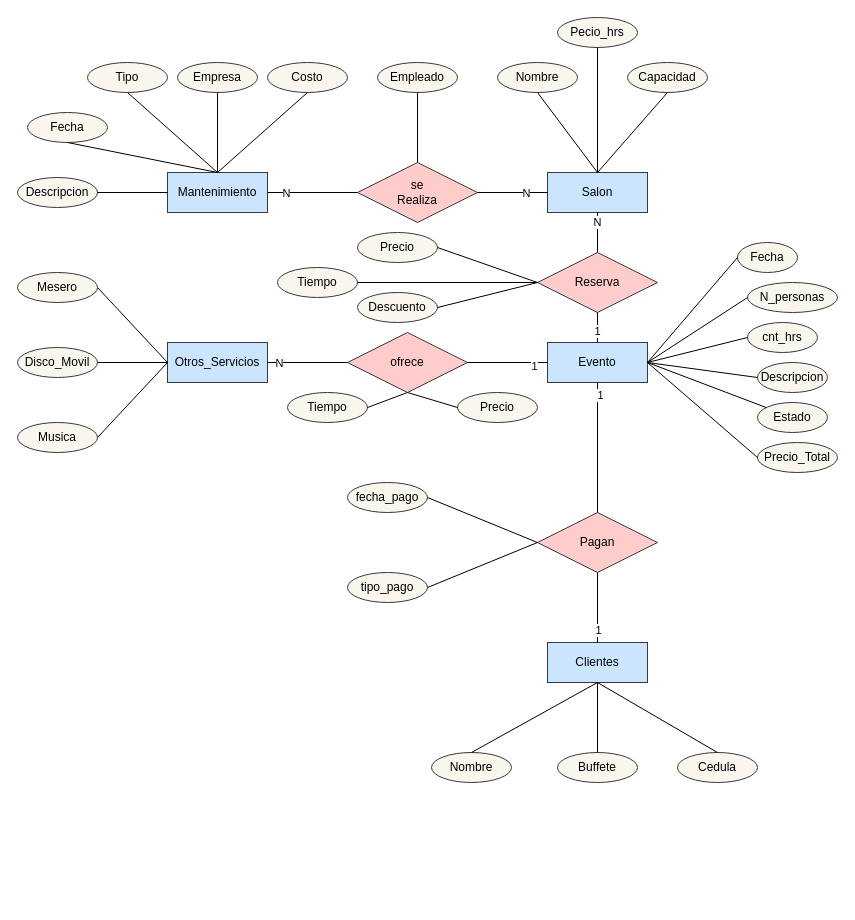
This is page "Página-3" (3 of 3) of Tarea2.drawio from sologia/draw.io, a draw.io file, before an edit. Source tidied: cells renumbered, new cells numbered last; positions are measured from the earlier drawing's top-left corner, leaving out a move shared by most shapes. Both pictures are drawn from the tidied source at 100%, with x=0, y=0 at pixel (17, 17).
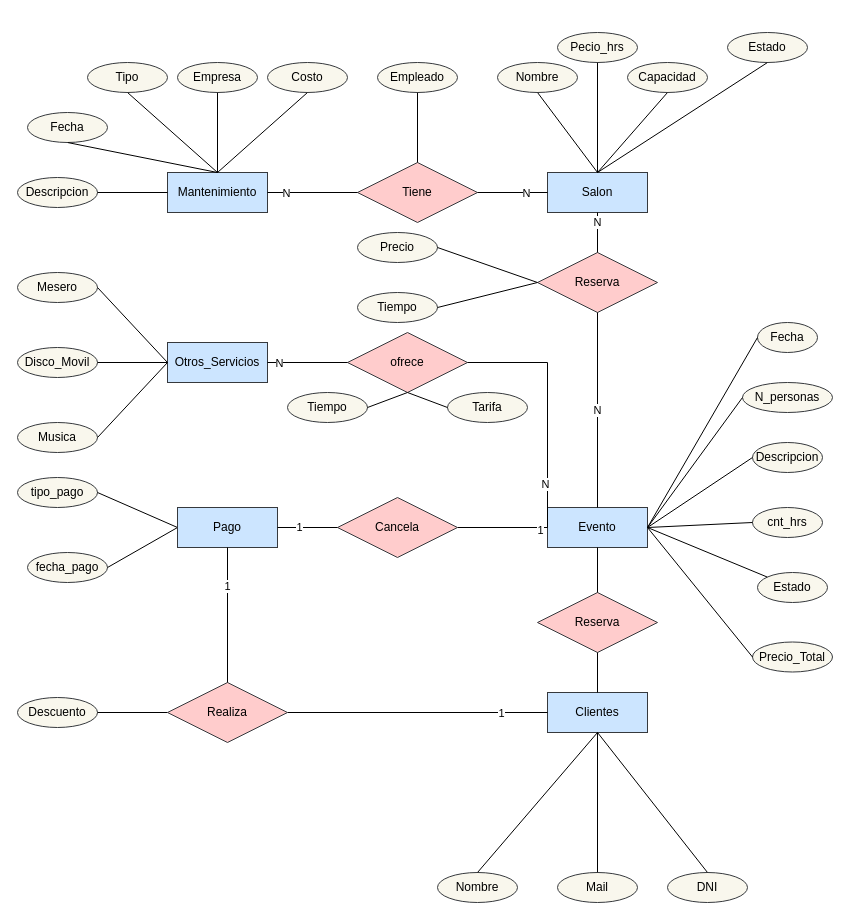
After the change.

Unchanged cells that the change refers to:
```xml
<mxCell id="5" value="Salon" style="whiteSpace=wrap;html=1;align=center;fillColor=#cce5ff;strokeColor=#36393d;" parent="1" vertex="1">
  <mxGeometry x="530" y="155" width="100" height="40" as="geometry" />
</mxCell>
<mxCell id="8" value="Reserva" style="shape=rhombus;perimeter=rhombusPerimeter;whiteSpace=wrap;html=1;align=center;fillColor=#ffcccc;strokeColor=#36393d;" parent="1" vertex="1">
  <mxGeometry x="520" y="235" width="120" height="60" as="geometry" />
</mxCell>
<mxCell id="10" value="ofrece" style="shape=rhombus;perimeter=rhombusPerimeter;whiteSpace=wrap;html=1;align=center;fillColor=#ffcccc;strokeColor=#36393d;" parent="1" vertex="1">
  <mxGeometry x="330" y="315" width="120" height="60" as="geometry" />
</mxCell>
```

Change to the diagram source:
```diff
@@
     <mxCell id="3" value="Clientes" style="whiteSpace=wrap;html=1;align=center;fillColor=#cce5ff;strokeColor=#36393d;" parent="1" vertex="1">
-      <mxGeometry x="530" y="625" width="100" height="40" as="geometry" />
+      <mxGeometry x="530" y="675" width="100" height="40" as="geometry" />
     </mxCell>
@@
     <mxCell id="6" value="&lt;div&gt;Evento&lt;/div&gt;" style="whiteSpace=wrap;html=1;align=center;fillColor=#cce5ff;strokeColor=#36393d;" parent="1" vertex="1">
-      <mxGeometry x="530" y="325" width="100" height="40" as="geometry" />
+      <mxGeometry x="530" y="490" width="100" height="40" as="geometry" />
     </mxCell>
-    <mxCell id="7" value="se&lt;div&gt;Realiza&lt;/div&gt;" style="shape=rhombus;perimeter=rhombusPerimeter;whiteSpace=wrap;html=1;align=center;fillColor=#ffcccc;strokeColor=#36393d;" parent="1" vertex="1">
+    <mxCell id="7" value="Tiene" style="shape=rhombus;perimeter=rhombusPerimeter;whiteSpace=wrap;html=1;align=center;fillColor=#ffcccc;strokeColor=#36393d;" parent="1" vertex="1">
       <mxGeometry x="340" y="145" width="120" height="60" as="geometry" />
     </mxCell>
@@
-    <mxCell id="9" value="Pagan" style="shape=rhombus;perimeter=rhombusPerimeter;whiteSpace=wrap;html=1;align=center;fillColor=#ffcccc;strokeColor=#36393d;" parent="1" vertex="1">
-      <mxGeometry x="520" y="495" width="120" height="60" as="geometry" />
-    </mxCell>
@@
-    <mxCell id="19" style="endArrow=none;html=1;rounded=0;exitX=0.5;exitY=1;exitDx=0;exitDy=0;entryX=0.5;entryY=0;entryDx=0;entryDy=0;" parent="1" edge="1" source="8" target="6">
+    <mxCell id="19" value="N" style="endArrow=none;html=1;rounded=0;exitX=0.5;exitY=1;exitDx=0;exitDy=0;entryX=0.5;entryY=0;entryDx=0;entryDy=0;" parent="1" edge="1" source="8" target="6">
       <mxGeometry relative="1" as="geometry" />
     </mxCell>
-    <mxCell id="20" value="1" style="edgeLabel;html=1;align=center;verticalAlign=middle;" parent="19" vertex="1">
-      <mxGeometry x="0.18" y="-1" relative="1" as="geometry" />
-    </mxCell>
-    <mxCell id="21" style="endArrow=none;html=1;rounded=0;exitX=0.5;exitY=1;exitDx=0;exitDy=0;entryX=0.5;entryY=0;entryDx=0;entryDy=0;" parent="1" edge="1" source="9" target="3">
+    <mxCell id="21" style="endArrow=none;html=1;rounded=0;entryX=0;entryY=0.5;entryDx=0;entryDy=0;exitX=1;exitY=0.5;exitDx=0;exitDy=0;" parent="1" edge="1" source="86" target="3">
       <mxGeometry relative="1" as="geometry" />
     </mxCell>
@@
-    <mxCell id="23" style="endArrow=none;html=1;rounded=0;exitX=0.5;exitY=0;exitDx=0;exitDy=0;entryX=0.5;entryY=1;entryDx=0;entryDy=0;" parent="1" edge="1" source="9" target="6">
+    <mxCell id="23" style="endArrow=none;html=1;rounded=0;entryX=0;entryY=0.5;entryDx=0;entryDy=0;" parent="1" edge="1" source="89" target="6">
       <mxGeometry relative="1" as="geometry" />
     </mxCell>
@@
-    <mxCell id="25" style="endArrow=none;html=1;rounded=0;exitX=1;exitY=0.5;exitDx=0;exitDy=0;entryX=0;entryY=0.5;entryDx=0;entryDy=0;" parent="1" edge="1" source="10" target="6">
-      <mxGeometry relative="1" as="geometry" />
+    <mxCell id="25" style="endArrow=none;html=1;rounded=0;exitX=1;exitY=0.5;exitDx=0;exitDy=0;entryX=0;entryY=0.5;entryDx=0;entryDy=0;edgeStyle=orthogonalEdgeStyle;" parent="1" edge="1" source="10" target="6">
+      <mxGeometry relative="1" as="geometry">
+        <Array as="points">
+          <mxPoint x="530" y="345" />
+        </Array>
+      </mxGeometry>
     </mxCell>
-    <mxCell id="26" value="1" style="edgeLabel;html=1;align=center;verticalAlign=middle;" parent="25" vertex="1">
+    <mxCell id="26" value="N" style="edgeLabel;html=1;align=center;verticalAlign=middle;" parent="25" vertex="1">
       <mxGeometry x="0.64" y="-3" relative="1" as="geometry" />
     </mxCell>
     <mxCell id="27" value="N_personas" style="ellipse;whiteSpace=wrap;html=1;align=center;fillColor=#f9f7ed;strokeColor=#36393d;" parent="1" vertex="1">
-      <mxGeometry x="730" y="265" width="90" height="30" as="geometry" />
+      <mxGeometry x="725" y="365" width="90" height="30" as="geometry" />
     </mxCell>
@@
     <mxCell id="29" value="cnt_hrs" style="ellipse;whiteSpace=wrap;html=1;align=center;fillColor=#f9f7ed;strokeColor=#36393d;" parent="1" vertex="1">
-      <mxGeometry x="730" y="305" width="70" height="30" as="geometry" />
+      <mxGeometry x="735" y="490" width="70" height="30" as="geometry" />
     </mxCell>
@@
     <mxCell id="31" value="Fecha" style="ellipse;whiteSpace=wrap;html=1;align=center;fillColor=#f9f7ed;strokeColor=#36393d;" parent="1" vertex="1">
-      <mxGeometry x="720" y="225" width="60" height="30" as="geometry" />
+      <mxGeometry x="740" y="305" width="60" height="30" as="geometry" />
     </mxCell>
-    <mxCell id="32" style="endArrow=none;html=1;rounded=0;entryX=0;entryY=0.5;entryDx=0;entryDy=0;" parent="1" edge="1" target="31">
-      <mxGeometry relative="1" as="geometry">
-        <mxPoint x="630" y="345" as="sourcePoint" />
-      </mxGeometry>
+    <mxCell id="32" style="endArrow=none;html=1;rounded=0;entryX=0;entryY=0.5;entryDx=0;entryDy=0;exitX=1;exitY=0.5;exitDx=0;exitDy=0;" parent="1" edge="1" source="6" target="31">
+      <mxGeometry relative="1" as="geometry" />
     </mxCell>
     <mxCell id="33" value="Descripcion" style="ellipse;whiteSpace=wrap;html=1;align=center;fillColor=#f9f7ed;strokeColor=#36393d;" parent="1" vertex="1">
-      <mxGeometry x="740" y="345" width="70" height="30" as="geometry" />
+      <mxGeometry x="735" y="425" width="70" height="30" as="geometry" />
     </mxCell>
-    <mxCell id="34" style="endArrow=none;html=1;rounded=0;entryX=0;entryY=0.5;entryDx=0;entryDy=0;" parent="1" edge="1" target="33">
-      <mxGeometry relative="1" as="geometry">
-        <mxPoint x="630" y="345" as="sourcePoint" />
-      </mxGeometry>
+    <mxCell id="34" style="endArrow=none;html=1;rounded=0;entryX=0;entryY=0.5;entryDx=0;entryDy=0;exitX=1;exitY=0.5;exitDx=0;exitDy=0;" parent="1" edge="1" source="6" target="33">
+      <mxGeometry relative="1" as="geometry" />
     </mxCell>
     <mxCell id="35" value="Estado" style="ellipse;whiteSpace=wrap;html=1;align=center;fillColor=#f9f7ed;strokeColor=#36393d;" parent="1" vertex="1">
-      <mxGeometry x="740" y="385" width="70" height="30" as="geometry" />
+      <mxGeometry x="740" y="555" width="70" height="30" as="geometry" />
     </mxCell>
@@
     <mxCell id="37" value="Precio_Total" style="ellipse;whiteSpace=wrap;html=1;align=center;fillColor=#f9f7ed;strokeColor=#36393d;" parent="1" vertex="1">
-      <mxGeometry x="740" y="425" width="80" height="30" as="geometry" />
+      <mxGeometry x="735" y="624.5" width="80" height="30" as="geometry" />
     </mxCell>
@@
     <mxCell id="43" value="Pecio_hrs" style="ellipse;whiteSpace=wrap;html=1;align=center;fillColor=#f9f7ed;strokeColor=#36393d;" parent="1" vertex="1">
-      <mxGeometry x="540" width="80" height="30" as="geometry" />
+      <mxGeometry x="540" y="15" width="80" height="30" as="geometry" />
     </mxCell>
@@
     <mxCell id="47" value="Descuento" style="ellipse;whiteSpace=wrap;html=1;align=center;fillColor=#f9f7ed;strokeColor=#36393d;" parent="1" vertex="1">
-      <mxGeometry x="340" y="275" width="80" height="30" as="geometry" />
+      <mxGeometry y="680" width="80" height="30" as="geometry" />
     </mxCell>
-    <mxCell id="48" style="endArrow=none;html=1;rounded=0;exitX=1;exitY=0.5;exitDx=0;exitDy=0;entryX=0;entryY=0.5;entryDx=0;entryDy=0;" parent="1" edge="1" source="47" target="8">
+    <mxCell id="48" style="endArrow=none;html=1;rounded=0;exitX=1;exitY=0.5;exitDx=0;exitDy=0;entryX=0;entryY=0.5;entryDx=0;entryDy=0;" parent="1" edge="1" source="47" target="86">
       <mxGeometry relative="1" as="geometry" />
     </mxCell>
     <mxCell id="49" value="Tiempo" style="ellipse;whiteSpace=wrap;html=1;align=center;fillColor=#f9f7ed;strokeColor=#36393d;" parent="1" vertex="1">
-      <mxGeometry x="260" y="250" width="80" height="30" as="geometry" />
+      <mxGeometry x="340" y="275" width="80" height="30" as="geometry" />
     </mxCell>
@@
-    <mxCell id="63" value="Precio" style="ellipse;whiteSpace=wrap;html=1;align=center;fillColor=#f9f7ed;strokeColor=#36393d;" parent="1" vertex="1">
-      <mxGeometry x="440" y="375" width="80" height="30" as="geometry" />
+    <mxCell id="63" value="Tarifa" style="ellipse;whiteSpace=wrap;html=1;align=center;fillColor=#f9f7ed;strokeColor=#36393d;" parent="1" vertex="1">
+      <mxGeometry x="430" y="375" width="80" height="30" as="geometry" />
     </mxCell>
@@
     <mxCell id="73" value="Nombre" style="ellipse;whiteSpace=wrap;html=1;align=center;fillColor=#f9f7ed;strokeColor=#36393d;" parent="1" vertex="1">
-      <mxGeometry x="414" y="735" width="80" height="30" as="geometry" />
+      <mxGeometry x="420" y="855" width="80" height="30" as="geometry" />
     </mxCell>
-    <mxCell id="74" style="endArrow=none;html=1;rounded=0;exitX=0.5;exitY=0;exitDx=0;exitDy=0;" parent="1" edge="1" source="73">
-      <mxGeometry relative="1" as="geometry">
-        <mxPoint x="580" y="665" as="targetPoint" />
-      </mxGeometry>
+    <mxCell id="74" style="endArrow=none;html=1;rounded=0;exitX=0.5;exitY=0;exitDx=0;exitDy=0;entryX=0.5;entryY=1;entryDx=0;entryDy=0;" parent="1" edge="1" source="73" target="3">
+      <mxGeometry relative="1" as="geometry" />
     </mxCell>
-    <mxCell id="75" value="Cedula" style="ellipse;whiteSpace=wrap;html=1;align=center;fillColor=#f9f7ed;strokeColor=#36393d;" parent="1" vertex="1">
-      <mxGeometry x="660" y="735" width="80" height="30" as="geometry" />
+    <mxCell id="75" value="DNI" style="ellipse;whiteSpace=wrap;html=1;align=center;fillColor=#f9f7ed;strokeColor=#36393d;" parent="1" vertex="1">
+      <mxGeometry x="650" y="855" width="80" height="30" as="geometry" />
     </mxCell>
-    <mxCell id="76" style="endArrow=none;html=1;rounded=0;exitX=0.5;exitY=0;exitDx=0;exitDy=0;" parent="1" edge="1" source="75">
-      <mxGeometry relative="1" as="geometry">
-        <mxPoint x="580" y="665" as="targetPoint" />
-      </mxGeometry>
+    <mxCell id="76" style="endArrow=none;html=1;rounded=0;exitX=0.5;exitY=0;exitDx=0;exitDy=0;entryX=0.5;entryY=1;entryDx=0;entryDy=0;" parent="1" edge="1" source="75" target="3">
+      <mxGeometry relative="1" as="geometry" />
     </mxCell>
-    <mxCell id="77" value="Buffete" style="ellipse;whiteSpace=wrap;html=1;align=center;fillColor=#f9f7ed;strokeColor=#36393d;" parent="1" vertex="1">
-      <mxGeometry x="540" y="735" width="80" height="30" as="geometry" />
+    <mxCell id="77" value="Mail" style="ellipse;whiteSpace=wrap;html=1;align=center;fillColor=#f9f7ed;strokeColor=#36393d;" parent="1" vertex="1">
+      <mxGeometry x="540" y="855" width="80" height="30" as="geometry" />
     </mxCell>
@@
     <mxCell id="79" value="fecha_pago" style="ellipse;whiteSpace=wrap;html=1;align=center;fillColor=#f9f7ed;strokeColor=#36393d;" parent="1" vertex="1">
-      <mxGeometry x="330" y="465" width="80" height="30" as="geometry" />
+      <mxGeometry x="10" y="535" width="80" height="30" as="geometry" />
     </mxCell>
-    <mxCell id="80" style="endArrow=none;html=1;rounded=0;exitX=1;exitY=0.5;exitDx=0;exitDy=0;entryX=0;entryY=0.5;entryDx=0;entryDy=0;" parent="1" edge="1" source="79" target="9">
+    <mxCell id="80" style="endArrow=none;html=1;rounded=0;exitX=1;exitY=0.5;exitDx=0;exitDy=0;entryX=0;entryY=0.5;entryDx=0;entryDy=0;" parent="1" edge="1" source="79" target="85">
       <mxGeometry relative="1" as="geometry" />
     </mxCell>
     <mxCell id="81" value="tipo_pago" style="ellipse;whiteSpace=wrap;html=1;align=center;fillColor=#f9f7ed;strokeColor=#36393d;" parent="1" vertex="1">
-      <mxGeometry x="330" y="555" width="80" height="30" as="geometry" />
+      <mxGeometry y="460" width="80" height="30" as="geometry" />
     </mxCell>
-    <mxCell id="82" style="endArrow=none;html=1;rounded=0;exitX=1;exitY=0.5;exitDx=0;exitDy=0;entryX=0;entryY=0.5;entryDx=0;entryDy=0;" parent="1" edge="1" source="81" target="9">
+    <mxCell id="82" style="endArrow=none;html=1;rounded=0;exitX=1;exitY=0.5;exitDx=0;exitDy=0;entryX=0;entryY=0.5;entryDx=0;entryDy=0;" parent="1" edge="1" source="81" target="85">
       <mxGeometry relative="1" as="geometry" />
     </mxCell>
+    <mxCell id="83" value="Estado" style="ellipse;whiteSpace=wrap;html=1;align=center;fillColor=#f9f7ed;strokeColor=#36393d;" parent="1" vertex="1">
+      <mxGeometry x="710" y="15" width="80" height="30" as="geometry" />
+    </mxCell>
+    <mxCell id="84" style="endArrow=none;html=1;rounded=0;exitX=0.5;exitY=1;exitDx=0;exitDy=0;entryX=0.5;entryY=0;entryDx=0;entryDy=0;" parent="1" edge="1" source="83" target="5">
+      <mxGeometry relative="1" as="geometry" />
+    </mxCell>
+    <mxCell id="85" value="Pago" style="whiteSpace=wrap;html=1;align=center;fillColor=#cce5ff;strokeColor=#36393d;" parent="1" vertex="1">
+      <mxGeometry x="160" y="490" width="100" height="40" as="geometry" />
+    </mxCell>
+    <mxCell id="86" value="Realiza" style="shape=rhombus;perimeter=rhombusPerimeter;whiteSpace=wrap;html=1;align=center;fillColor=#ffcccc;strokeColor=#36393d;" parent="1" vertex="1">
+      <mxGeometry x="150" y="665" width="120" height="60" as="geometry" />
+    </mxCell>
+    <mxCell id="87" style="endArrow=none;html=1;rounded=0;exitX=0.5;exitY=1;exitDx=0;exitDy=0;entryX=0.5;entryY=0;entryDx=0;entryDy=0;" parent="1" edge="1" source="85" target="86">
+      <mxGeometry relative="1" as="geometry" />
+    </mxCell>
+    <mxCell id="88" value="1" style="edgeLabel;html=1;align=center;verticalAlign=middle;" parent="87" vertex="1">
+      <mxGeometry x="-0.43" y="-1" relative="1" as="geometry" />
+    </mxCell>
+    <mxCell id="89" value="Cancela" style="shape=rhombus;perimeter=rhombusPerimeter;whiteSpace=wrap;html=1;align=center;fillColor=#ffcccc;strokeColor=#36393d;" parent="1" vertex="1">
+      <mxGeometry x="320" y="480" width="120" height="60" as="geometry" />
+    </mxCell>
+    <mxCell id="90" style="endArrow=none;html=1;rounded=0;entryX=1;entryY=0.5;entryDx=0;entryDy=0;" parent="1" edge="1" source="89" target="85">
+      <mxGeometry relative="1" as="geometry" />
+    </mxCell>
+    <mxCell id="91" value="1" style="edgeLabel;html=1;align=center;verticalAlign=middle;" parent="90" vertex="1">
+      <mxGeometry x="0.31" y="-1" relative="1" as="geometry" />
+    </mxCell>
+    <mxCell id="92" value="Reserva" style="shape=rhombus;perimeter=rhombusPerimeter;whiteSpace=wrap;html=1;align=center;fillColor=#ffcccc;strokeColor=#36393d;" parent="1" vertex="1">
+      <mxGeometry x="520" y="575" width="120" height="60" as="geometry" />
+    </mxCell>
+    <mxCell id="93" style="endArrow=none;html=1;rounded=0;entryX=0.5;entryY=1;entryDx=0;entryDy=0;exitX=0.5;exitY=0;exitDx=0;exitDy=0;" parent="1" edge="1" source="92" target="6">
+      <mxGeometry relative="1" as="geometry" />
+    </mxCell>
+    <mxCell id="94" style="endArrow=none;html=1;rounded=0;entryX=0.5;entryY=1;entryDx=0;entryDy=0;exitX=0.5;exitY=0;exitDx=0;exitDy=0;" parent="1" edge="1" source="3" target="92">
+      <mxGeometry relative="1" as="geometry" />
+    </mxCell>
```
